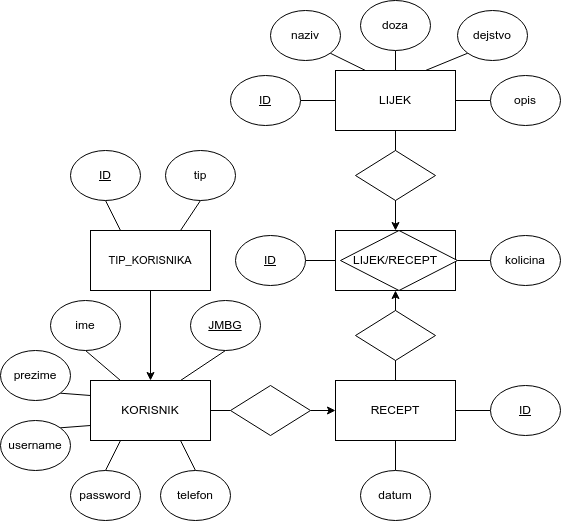
Above: docs/ERD.png in Balsa-Dogandzic/OnlinePharmacy (draw.io), before the change. Source tidied: cells renumbered, new cells last; positions are measured from the earlier drawing's top-left corner, leaving out a move shared by most shapes.
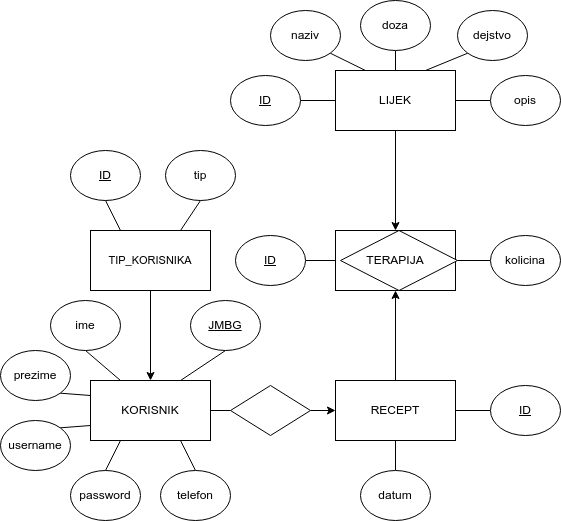
After the commit.

Commit message:
Use case and class diagram

What changed in the source:
```diff
@@ -29,15 +29,9 @@
     <mxCell id="10" value="RECEPT" style="rounded=0;whiteSpace=wrap;html=1;" parent="1" vertex="1">
       <mxGeometry x="335" y="380" width="120" height="60" as="geometry" />
     </mxCell>
-    <mxCell id="11" value="LIJEK/RECEPT" style="text;html=1;align=center;verticalAlign=middle;whiteSpace=wrap;rounded=0;" parent="1" vertex="1">
+    <mxCell id="11" value="TERAPIJA" style="text;html=1;align=center;verticalAlign=middle;whiteSpace=wrap;rounded=0;" parent="1" vertex="1">
       <mxGeometry x="365" y="245" width="60" height="30" as="geometry" />
     </mxCell>
-    <mxCell id="12" style="rhombus;whiteSpace=wrap;html=1;" parent="1" vertex="1">
-      <mxGeometry x="355" y="150" width="80" height="50" as="geometry" />
-    </mxCell>
-    <mxCell id="13" style="rhombus;whiteSpace=wrap;html=1;" parent="1" vertex="1">
-      <mxGeometry x="355" y="310" width="80" height="50" as="geometry" />
-    </mxCell>
     <mxCell id="14" style="edgeStyle=orthogonalEdgeStyle;rounded=0;jettySize=auto;html=1;exitX=1;exitY=0.5;exitDx=0;exitDy=0;entryX=0;entryY=0.5;entryDx=0;entryDy=0;endArrow=none;endFill=0;" parent="1" edge="1" source="6" target="15">
       <mxGeometry relative="1" as="geometry" />
     </mxCell>
```
